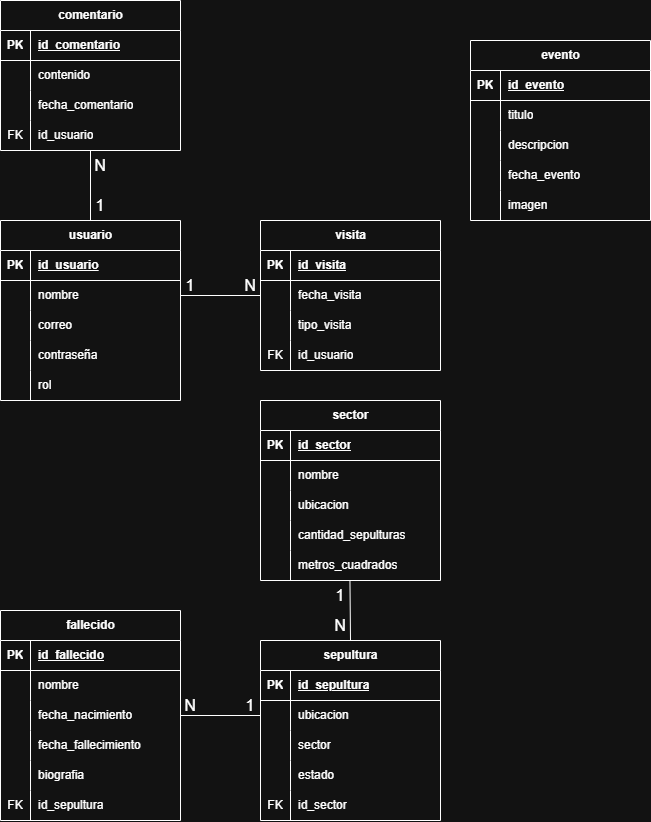
brayannn1/cementerio-system keeps this draw.io diagram as diagramas/cementerio_diagrama.drawio.png. Above is the earlier version. Source tidied: cells renumbered, new cells last; positions are measured from the earlier drawing's top-left corner, leaving out a move shared by most shapes.
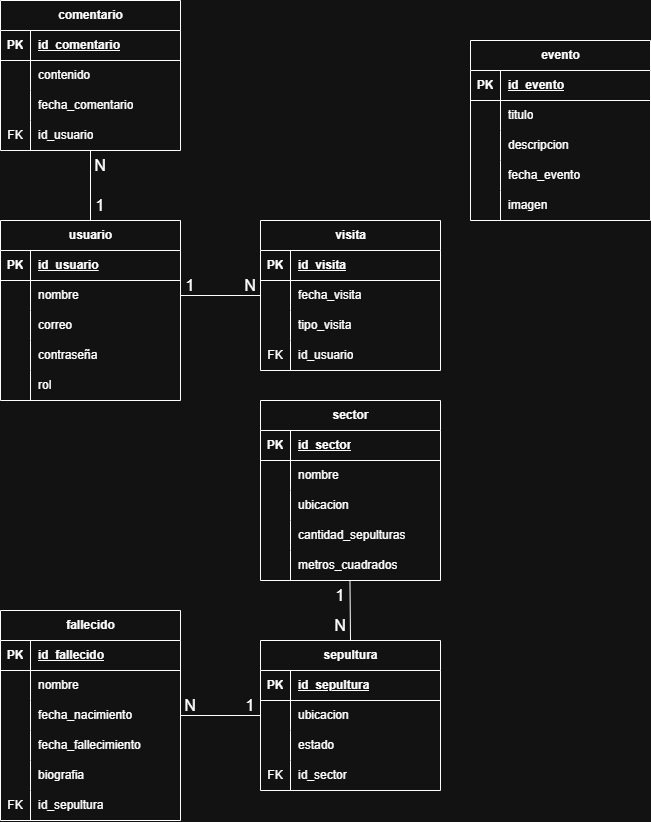
After the commit.

Change to the diagram source:
```diff
@@ -153,7 +153,7 @@
       <mxGeometry x="30" width="150" height="30" as="geometry" />
     </mxCell>
     <mxCell id="52" value="sepultura" style="shape=table;startSize=30;rowLines=0;fontStyle=1;align=center;html=1;" parent="1" vertex="1">
-      <mxGeometry x="260" y="640" width="180" height="180" as="geometry" />
+      <mxGeometry x="260" y="640" width="180" height="150" as="geometry" />
     </mxCell>
     <mxCell id="53" style="shape=tableRow;horizontal=0;startSize=0;swimlaneHead=0;swimlaneBody=0;fillColor=none;top=0;left=0;right=0;bottom=1;" parent="52" vertex="1">
       <mxGeometry y="30" width="180" height="30" as="geometry" />
@@ -173,17 +173,8 @@
     <mxCell id="58" value="ubicacion" style="shape=partialRectangle;fillColor=none;top=0;left=0;bottom=0;right=0;align=left;spacingLeft=6;overflow=hidden;whiteSpace=wrap;html=1;" parent="56" vertex="1">
       <mxGeometry x="30" width="150" height="30" as="geometry" />
     </mxCell>
-    <mxCell id="59" style="shape=tableRow;horizontal=0;startSize=0;swimlaneHead=0;swimlaneBody=0;fillColor=none;top=0;left=0;right=0;bottom=0;" parent="52" vertex="1">
-      <mxGeometry y="90" width="180" height="30" as="geometry" />
-    </mxCell>
-    <mxCell id="60" style="shape=partialRectangle;fillColor=none;top=0;left=0;bottom=0;right=0;overflow=hidden;whiteSpace=wrap;html=1;" parent="59" vertex="1">
-      <mxGeometry width="30" height="30" as="geometry" />
-    </mxCell>
-    <mxCell id="61" value="sector" style="shape=partialRectangle;fillColor=none;top=0;left=0;bottom=0;right=0;align=left;spacingLeft=6;overflow=hidden;whiteSpace=wrap;html=1;" parent="59" vertex="1">
-      <mxGeometry x="30" width="150" height="30" as="geometry" />
-    </mxCell>
     <mxCell id="62" style="shape=tableRow;horizontal=0;startSize=0;swimlaneHead=0;swimlaneBody=0;fillColor=none;top=0;left=0;right=0;bottom=0;" parent="52" vertex="1">
-      <mxGeometry y="120" width="180" height="30" as="geometry" />
+      <mxGeometry y="90" width="180" height="30" as="geometry" />
     </mxCell>
     <mxCell id="63" style="shape=partialRectangle;fillColor=none;top=0;left=0;bottom=0;right=0;overflow=hidden;whiteSpace=wrap;html=1;" parent="62" vertex="1">
       <mxGeometry width="30" height="30" as="geometry" />
@@ -192,7 +183,7 @@
       <mxGeometry x="30" width="150" height="30" as="geometry" />
     </mxCell>
     <mxCell id="65" style="shape=tableRow;horizontal=0;startSize=0;swimlaneHead=0;swimlaneBody=0;fillColor=none;top=0;left=0;right=0;bottom=0;" parent="52" vertex="1">
-      <mxGeometry y="150" width="180" height="30" as="geometry" />
+      <mxGeometry y="120" width="180" height="30" as="geometry" />
     </mxCell>
     <mxCell id="66" value="FK" style="shape=partialRectangle;fillColor=none;top=0;left=0;bottom=0;right=0;fontStyle=0;overflow=hidden;whiteSpace=wrap;html=1;" parent="65" vertex="1">
       <mxGeometry width="30" height="30" as="geometry" />
```
